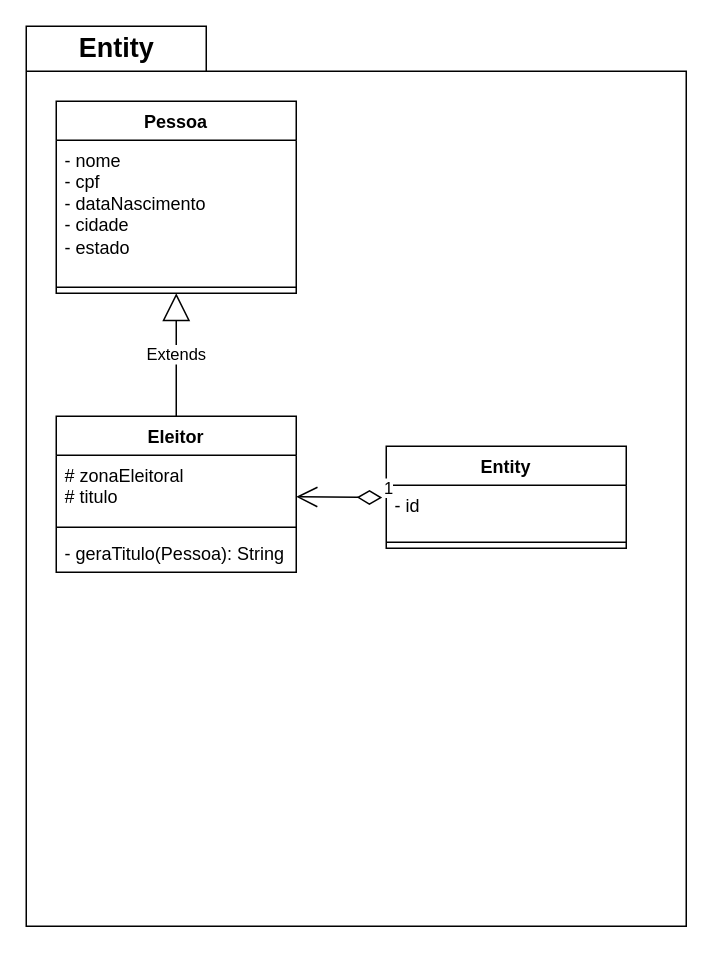
Earlier version of the draw.io diagram Diagrama sem nome.drawio (fseabra93/proj_final_LP2). Source tidied: cells renumbered, new cells numbered last; positions are measured from the earlier drawing's top-left corner, leaving out a move shared by most shapes. Both pictures are drawn from the tidied source at 150%, with x=0, y=0 at pixel (26, 26).
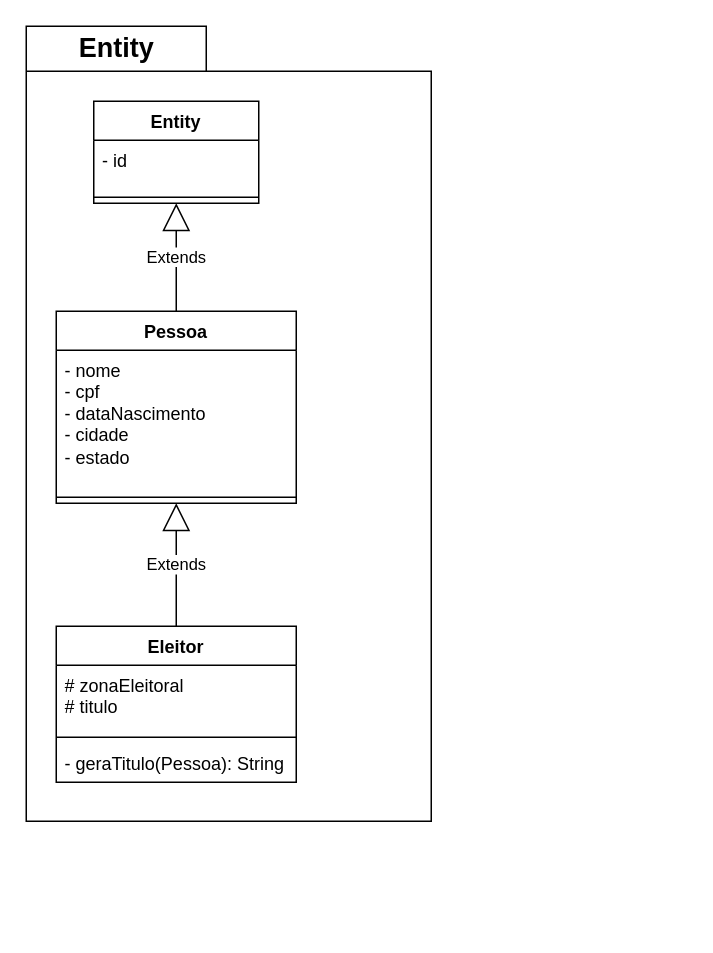
After the change.

Diff of the diagram source:
```diff
@@
 <mxGraphModel>
   <root>
     <mxCell id="0" />
     <mxCell id="1" parent="0" />
     <mxCell id="2" style="shape=folder;fontStyle=1;spacingTop=10;tabWidth=120;tabHeight=30;tabPosition=left;html=1;whiteSpace=wrap;" parent="1" vertex="1">
-      <mxGeometry width="440" height="600" as="geometry" />
+      <mxGeometry width="270" height="530" as="geometry" />
     </mxCell>
     <mxCell id="3" value="Entity" style="text;align=center;fontStyle=1;verticalAlign=middle;spacingLeft=3;spacingRight=3;strokeColor=none;html=1;fontSize=18;" parent="1" vertex="1">
       <mxGeometry width="120" height="30" as="geometry" />
     </mxCell>
     <mxCell id="4" value="Entity" style="swimlane;fontStyle=1;align=center;verticalAlign=top;horizontal=1;startSize=26;whiteSpace=wrap;html=1;" parent="1" vertex="1">
-      <mxGeometry x="240" y="280" width="160" height="68" as="geometry" />
+      <mxGeometry x="45" y="50" width="110" height="68" as="geometry" />
     </mxCell>
-    <mxCell id="5" value="1" style="endArrow=open;html=1;endSize=12;startArrow=diamondThin;startSize=14;startFill=0;edgeStyle=orthogonalEdgeStyle;align=left;verticalAlign=bottom;rounded=0;exitX=-0.017;exitY=0.241;exitDx=0;exitDy=0;exitPerimeter=0;" parent="4" edge="1" source="6">
-      <mxGeometry x="-1" y="3" relative="1" as="geometry">
-        <mxPoint x="-60" y="33.7" as="targetPoint" />
-      </mxGeometry>
-    </mxCell>
     <mxCell id="6" value="&lt;div&gt;- id&lt;/div&gt;" style="text;strokeColor=none;fillColor=none;align=left;verticalAlign=top;spacingLeft=4;spacingRight=4;overflow=hidden;points=[[0,0.5],[1,0.5]];portConstraint=eastwest;whiteSpace=wrap;html=1;" parent="4" vertex="1">
-      <mxGeometry y="26" width="160" height="34" as="geometry" />
+      <mxGeometry y="26" width="110" height="34" as="geometry" />
     </mxCell>
     <mxCell id="7" style="line;strokeWidth=1;fillColor=none;align=left;verticalAlign=middle;spacingTop=-1;spacingLeft=3;spacingRight=3;labelPosition=right;strokeColor=inherit;" parent="4" vertex="1">
-      <mxGeometry y="60" width="160" height="8" as="geometry" />
+      <mxGeometry y="60" width="110" height="8" as="geometry" />
     </mxCell>
+    <mxCell id="16" style="edgeStyle=orthogonalEdgeStyle;rounded=0;orthogonalLoop=1;jettySize=auto;html=1;exitX=1;exitY=0.5;exitDx=0;exitDy=0;" parent="4" edge="1" source="6" target="6">
+      <mxGeometry relative="1" as="geometry" />
+    </mxCell>
     <mxCell id="8" value="Eleitor" style="swimlane;fontStyle=1;align=center;verticalAlign=top;horizontal=1;startSize=26;whiteSpace=wrap;html=1;" parent="1" vertex="1">
-      <mxGeometry x="20" y="260" width="160" height="104" as="geometry" />
+      <mxGeometry x="20" y="400" width="160" height="104" as="geometry" />
     </mxCell>
     <mxCell id="9" value="# zonaEleitoral&lt;div&gt;# titulo&lt;/div&gt;" style="text;strokeColor=none;fillColor=none;align=left;verticalAlign=top;spacingLeft=4;spacingRight=4;overflow=hidden;whiteSpace=wrap;html=1;" parent="8" vertex="1">
       <mxGeometry y="26" width="160" height="44" as="geometry" />
     </mxCell>
     <mxCell id="10" style="line;strokeWidth=1;fillColor=none;align=left;verticalAlign=middle;spacingTop=-1;spacingLeft=3;spacingRight=3;labelPosition=right;strokeColor=inherit;" parent="8" vertex="1">
       <mxGeometry y="70" width="160" height="8" as="geometry" />
     </mxCell>
     <mxCell id="11" value="- geraTitulo(Pessoa): String" style="text;strokeColor=none;fillColor=none;align=left;verticalAlign=top;spacingLeft=4;spacingRight=4;overflow=hidden;whiteSpace=wrap;html=1;" parent="8" vertex="1">
       <mxGeometry y="78" width="160" height="26" as="geometry" />
     </mxCell>
     <mxCell id="12" value="Pessoa" style="swimlane;fontStyle=1;align=center;verticalAlign=top;horizontal=1;startSize=26;whiteSpace=wrap;html=1;" parent="1" vertex="1">
-      <mxGeometry x="20" y="50" width="160" height="128" as="geometry" />
+      <mxGeometry x="20" y="190" width="160" height="128" as="geometry" />
     </mxCell>
     <mxCell id="13" value="- nome&lt;div&gt;- cpf&lt;/div&gt;&lt;div&gt;- dataNascimento&lt;/div&gt;&lt;div&gt;- cidade&lt;/div&gt;&lt;div&gt;- estado&lt;/div&gt;" style="text;strokeColor=none;fillColor=none;align=left;verticalAlign=top;spacingLeft=4;spacingRight=4;overflow=hidden;whiteSpace=wrap;html=1;" parent="12" vertex="1">
       <mxGeometry y="26" width="160" height="94" as="geometry" />
     </mxCell>
     <mxCell id="14" style="line;strokeWidth=1;fillColor=none;align=left;verticalAlign=middle;spacingTop=-1;spacingLeft=3;spacingRight=3;labelPosition=right;strokeColor=inherit;" parent="12" vertex="1">
       <mxGeometry y="120" width="160" height="8" as="geometry" />
     </mxCell>
     <mxCell id="15" value="Extends" style="endArrow=block;endSize=16;endFill=0;html=1;rounded=0;exitX=0.5;exitY=0;exitDx=0;exitDy=0;entryX=0.5;entryY=1;entryDx=0;entryDy=0;" parent="1" edge="1" source="8" target="12">
       <mxGeometry relative="1" as="geometry" />
     </mxCell>
+    <mxCell id="17" value="Extends" style="endArrow=block;endSize=16;endFill=0;html=1;rounded=0;exitX=0.5;exitY=0;exitDx=0;exitDy=0;entryX=0.5;entryY=1;entryDx=0;entryDy=0;" parent="1" edge="1" source="12" target="4">
+      <mxGeometry relative="1" as="geometry" />
+    </mxCell>
   </root>
 </mxGraphModel>
```
